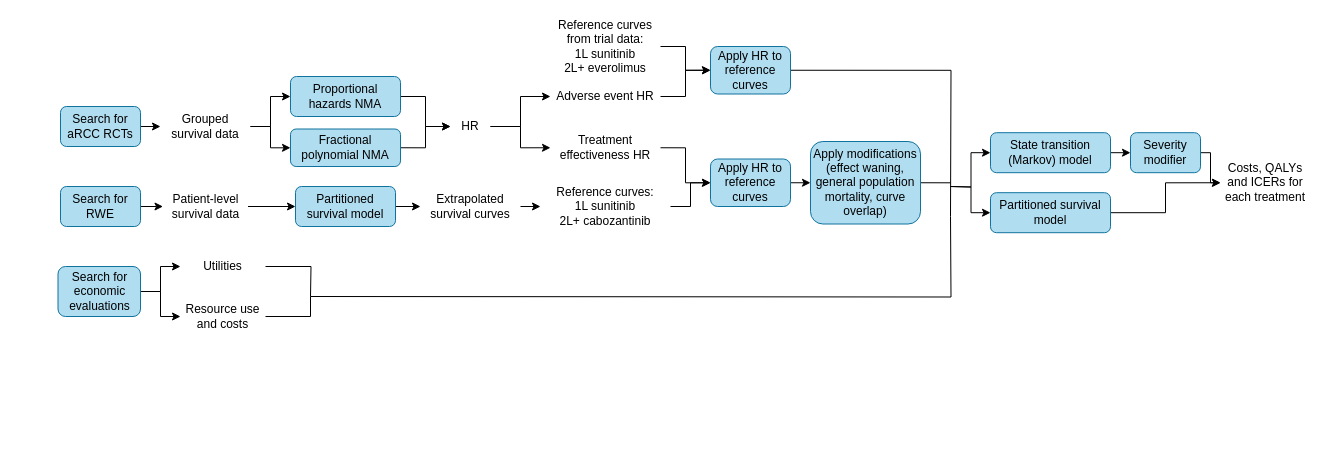
Before: docs/images/detailed_overview.drawio in nice-digital/NICE-model-repo, a draw.io diagram. Source tidied: cells renumbered, new cells numbered last; positions are measured from the earlier drawing's top-left corner, leaving out a move shared by most shapes. Both pictures are drawn from the tidied source at 100%, with x=0, y=0 at pixel (58, 26).
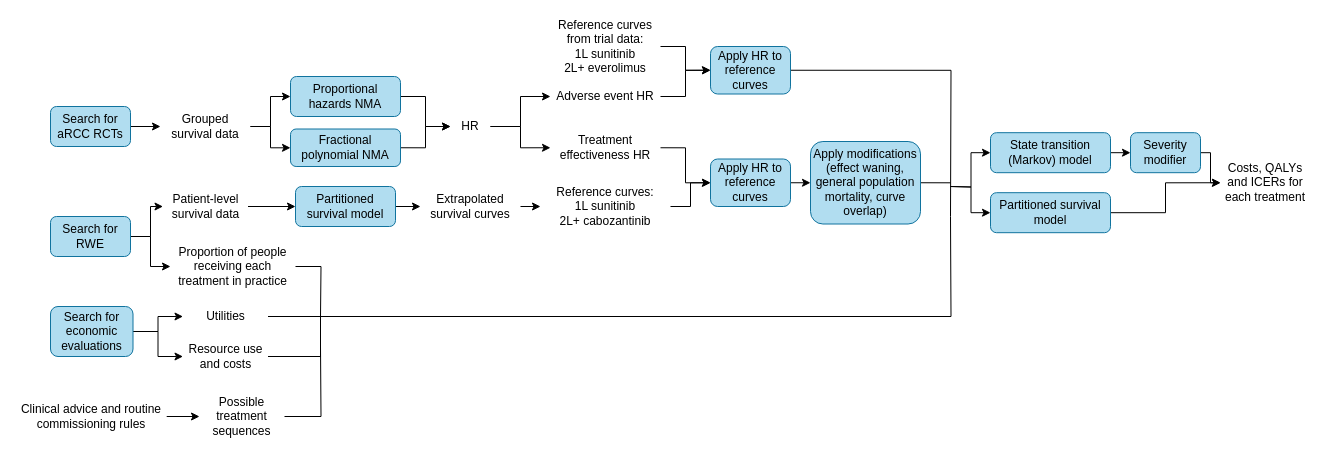
The same page after the edit.

Commit message (it also covers changes not shown here):
docs(diagrams): updated the overview diagrams

Diff of the diagram source:
```diff
@@
     <mxCell id="3" value="Search for aRCC RCTs" style="rounded=1;whiteSpace=wrap;html=1;fillColor=#b1ddf0;strokeColor=#10739e;" parent="1" vertex="1">
-      <mxGeometry x="2" y="80" width="80" height="40" as="geometry" />
+      <mxGeometry x="-8" y="80" width="80" height="40" as="geometry" />
     </mxCell>
@@
+    <mxCell id="53" style="edgeStyle=orthogonalEdgeStyle;rounded=0;jettySize=auto;html=1;exitX=1;exitY=0.5;exitDx=0;exitDy=0;entryX=0;entryY=0.5;entryDx=0;entryDy=0;" parent="1" edge="1" source="15" target="55">
+      <mxGeometry relative="1" as="geometry" />
+    </mxCell>
     <mxCell id="15" value="Search for RWE" style="rounded=1;whiteSpace=wrap;html=1;fillColor=#b1ddf0;strokeColor=#10739e;" parent="1" vertex="1">
-      <mxGeometry x="2" y="160" width="80" height="40" as="geometry" />
+      <mxGeometry x="-8" y="190" width="80" height="40" as="geometry" />
     </mxCell>
@@
     <mxCell id="34" style="edgeStyle=orthogonalEdgeStyle;rounded=0;jettySize=auto;html=1;exitX=1;exitY=0.5;exitDx=0;exitDy=0;endArrow=none;endFill=0;" parent="1" edge="1" source="35">
       <mxGeometry relative="1" as="geometry">
-        <mxPoint x="252" y="270" as="targetPoint" />
+        <mxPoint x="262" y="290" as="targetPoint" />
         <Array as="points">
-          <mxPoint x="252" y="290" />
+          <mxPoint x="262" y="330" />
         </Array>
       </mxGeometry>
     </mxCell>
     <mxCell id="35" value="Resource use and costs" style="rounded=1;whiteSpace=wrap;html=1;fillColor=none;strokeColor=none;" parent="1" vertex="1">
-      <mxGeometry x="122" y="270" width="85" height="40" as="geometry" />
+      <mxGeometry x="124.5" y="310" width="85" height="40" as="geometry" />
     </mxCell>
@@
     <mxCell id="38" value="Search for economic evaluations" style="rounded=1;whiteSpace=wrap;html=1;fillColor=#b1ddf0;strokeColor=#10739e;" parent="1" vertex="1">
-      <mxGeometry x="-0.5" y="240" width="82.5" height="50" as="geometry" />
+      <mxGeometry x="-8" y="280" width="82.5" height="50" as="geometry" />
     </mxCell>
-    <mxCell id="39" style="edgeStyle=orthogonalEdgeStyle;rounded=0;jettySize=auto;html=1;exitX=1;exitY=0.5;exitDx=0;exitDy=0;endArrow=none;endFill=0;" parent="1" edge="1" source="40">
-      <mxGeometry relative="1" as="geometry">
-        <mxPoint x="252" y="270" as="targetPoint" />
-      </mxGeometry>
-    </mxCell>
     <mxCell id="40" value="Utilities" style="rounded=1;whiteSpace=wrap;html=1;fillColor=none;strokeColor=none;" parent="1" vertex="1">
-      <mxGeometry x="122" y="230" width="85" height="20" as="geometry" />
+      <mxGeometry x="124.5" y="280" width="85" height="20" as="geometry" />
     </mxCell>
@@
-    <mxCell id="46" style="endArrow=none;html=1;rounded=0;edgeStyle=orthogonalEdgeStyle;endFill=0;" parent="1" edge="1">
+    <mxCell id="46" style="endArrow=none;html=1;rounded=0;edgeStyle=orthogonalEdgeStyle;endFill=0;exitX=1;exitY=0.5;exitDx=0;exitDy=0;" parent="1" edge="1" source="40">
       <mxGeometry relative="1" as="geometry">
-        <mxPoint x="252" y="270" as="sourcePoint" />
         <mxPoint x="892" y="190" as="targetPoint" />
       </mxGeometry>
     </mxCell>
@@
+    <mxCell id="54" style="edgeStyle=orthogonalEdgeStyle;rounded=0;jettySize=auto;html=1;exitX=1;exitY=0.5;exitDx=0;exitDy=0;endArrow=none;endFill=0;" parent="1" edge="1" source="55">
+      <mxGeometry relative="1" as="geometry">
+        <mxPoint x="262" y="290" as="targetPoint" />
+      </mxGeometry>
+    </mxCell>
+    <mxCell id="55" value="Proportion of people receiving each treatment in practice" style="rounded=1;whiteSpace=wrap;html=1;fillColor=none;strokeColor=none;" parent="1" vertex="1">
+      <mxGeometry x="112" y="220" width="125" height="40" as="geometry" />
+    </mxCell>
+    <mxCell id="56" style="edgeStyle=orthogonalEdgeStyle;rounded=0;jettySize=auto;html=1;exitX=1;exitY=0.5;exitDx=0;exitDy=0;endArrow=none;endFill=0;" parent="1" edge="1" source="57">
+      <mxGeometry relative="1" as="geometry">
+        <mxPoint x="262" y="320" as="targetPoint" />
+      </mxGeometry>
+    </mxCell>
+    <mxCell id="57" value="Possible treatment sequences" style="rounded=1;whiteSpace=wrap;html=1;fillColor=none;strokeColor=none;" parent="1" vertex="1">
+      <mxGeometry x="141" y="370" width="85" height="40" as="geometry" />
+    </mxCell>
+    <mxCell id="58" style="edgeStyle=orthogonalEdgeStyle;rounded=0;jettySize=auto;html=1;exitX=1;exitY=0.5;exitDx=0;exitDy=0;" parent="1" edge="1" source="59" target="57">
+      <mxGeometry relative="1" as="geometry" />
+    </mxCell>
+    <mxCell id="59" value="Clinical advice and routine commissioning rules" style="rounded=1;whiteSpace=wrap;html=1;fillColor=none;strokeColor=none;" parent="1" vertex="1">
+      <mxGeometry x="-41.8" y="370" width="150" height="40" as="geometry" />
+    </mxCell>
```
